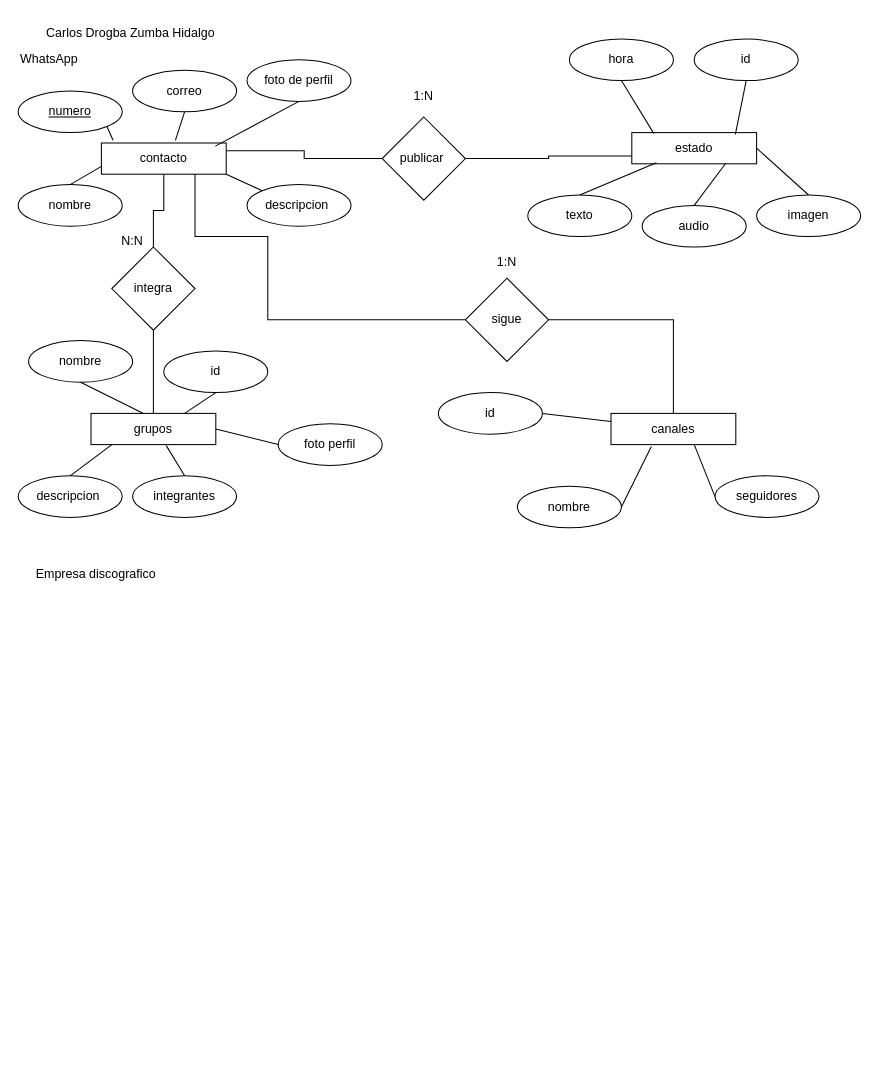
This is Ejerciciodeclase2.drawio from CarlosZumba16/Base-de-Datos-Unidad-1, a draw.io file, before an edit. Source tidied: cells renumbered, new cells numbered last; positions are measured from the earlier drawing's top-left corner, leaving out a move shared by most shapes. Both pictures are drawn from the tidied source at 104%, with x=0, y=0 at pixel (18, 18).
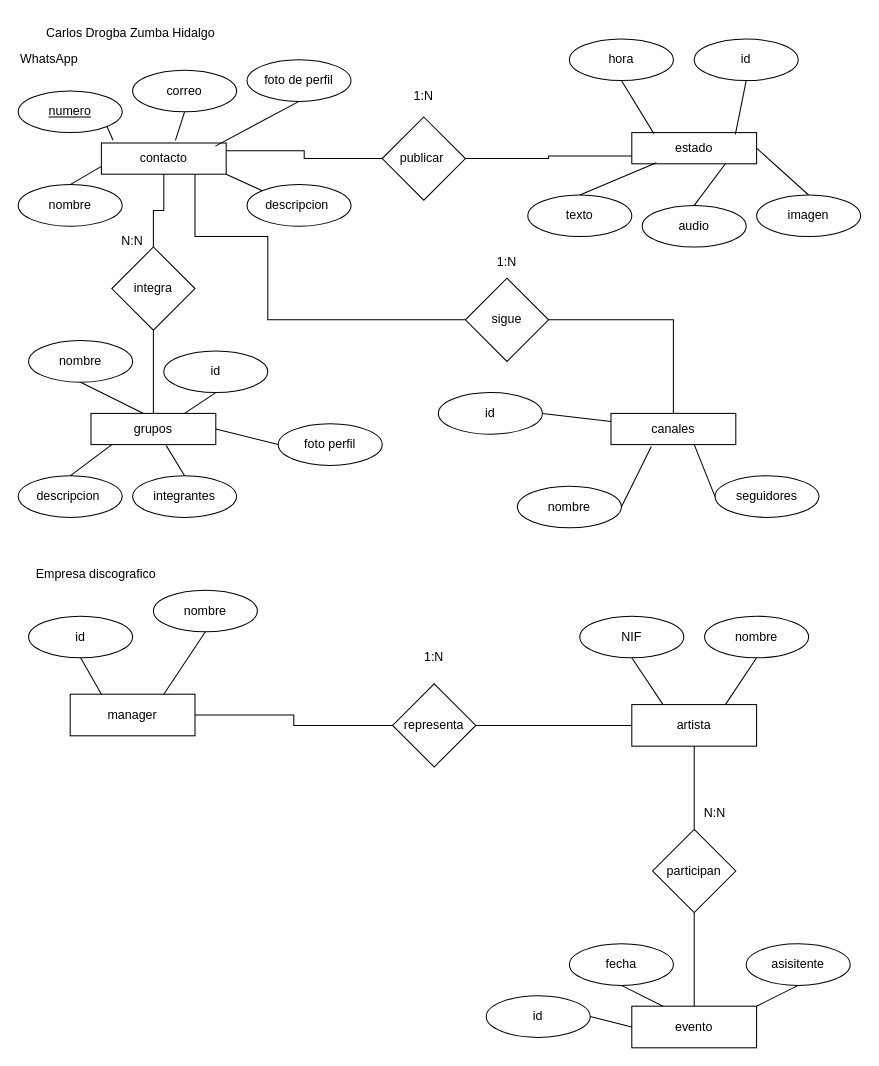
Above is the later version.

Change to the diagram source:
```diff
@@
+    <mxCell id="57" style="edgeStyle=orthogonalEdgeStyle;rounded=0;jettySize=auto;html=1;exitX=1;exitY=0.5;exitDx=0;exitDy=0;entryX=0;entryY=0.5;entryDx=0;entryDy=0;endArrow=none;endFill=0;" parent="1" edge="1" source="58" target="60">
+      <mxGeometry relative="1" as="geometry" />
+    </mxCell>
+    <mxCell id="58" value="manager" style="rounded=0;whiteSpace=wrap;html=1;" parent="1" vertex="1">
+      <mxGeometry x="50" y="650" width="120" height="40" as="geometry" />
+    </mxCell>
+    <mxCell id="59" style="edgeStyle=orthogonalEdgeStyle;rounded=0;jettySize=auto;html=1;exitX=1;exitY=0.5;exitDx=0;exitDy=0;entryX=0;entryY=0.5;entryDx=0;entryDy=0;endArrow=none;endFill=0;" parent="1" edge="1" source="60" target="61">
+      <mxGeometry relative="1" as="geometry" />
+    </mxCell>
+    <mxCell id="60" value="representa" style="rhombus;whiteSpace=wrap;html=1;" parent="1" vertex="1">
+      <mxGeometry x="360" y="640" width="80" height="80" as="geometry" />
+    </mxCell>
+    <mxCell id="61" value="artista" style="rounded=0;whiteSpace=wrap;html=1;" parent="1" vertex="1">
+      <mxGeometry x="590" y="660" width="120" height="40" as="geometry" />
+    </mxCell>
+    <mxCell id="62" style="edgeStyle=orthogonalEdgeStyle;rounded=0;jettySize=auto;html=1;exitX=0.5;exitY=0;exitDx=0;exitDy=0;entryX=0.5;entryY=1;entryDx=0;entryDy=0;endArrow=none;endFill=0;" parent="1" edge="1" source="64" target="61">
+      <mxGeometry relative="1" as="geometry" />
+    </mxCell>
+    <mxCell id="63" style="edgeStyle=orthogonalEdgeStyle;rounded=0;jettySize=auto;html=1;exitX=0.5;exitY=1;exitDx=0;exitDy=0;entryX=0.5;entryY=0;entryDx=0;entryDy=0;endArrow=none;endFill=0;" parent="1" edge="1" source="64" target="65">
+      <mxGeometry relative="1" as="geometry" />
+    </mxCell>
+    <mxCell id="64" value="participan" style="rhombus;whiteSpace=wrap;html=1;" parent="1" vertex="1">
+      <mxGeometry x="610" y="780" width="80" height="80" as="geometry" />
+    </mxCell>
+    <mxCell id="65" value="evento" style="rounded=0;whiteSpace=wrap;html=1;" parent="1" vertex="1">
+      <mxGeometry x="590" y="950" width="120" height="40" as="geometry" />
+    </mxCell>
+    <mxCell id="66" style="rounded=0;jettySize=auto;html=1;startArrow=none;endArrow=none;segment=10;sourcePerimeterSpacing=0;targetPerimeterSpacing=0;exitX=0.5;exitY=1;exitDx=0;exitDy=0;entryX=0.25;entryY=0;entryDx=0;entryDy=0;" parent="1" edge="1" source="67" target="58">
+      <mxGeometry relative="1" as="geometry" />
+    </mxCell>
+    <mxCell id="67" value="id" style="ellipse;whiteSpace=wrap;html=1;align=center;newEdgeStyle={&quot;edgeStyle&quot;:&quot;entityRelationEdgeStyle&quot;,&quot;startArrow&quot;:&quot;none&quot;,&quot;endArrow&quot;:&quot;none&quot;,&quot;segment&quot;:10,&quot;curved&quot;:1,&quot;sourcePerimeterSpacing&quot;:0,&quot;targetPerimeterSpacing&quot;:0};" parent="1" vertex="1">
+      <mxGeometry x="10" y="575" width="100" height="40" as="geometry" />
+    </mxCell>
+    <mxCell id="68" value="nombre" style="ellipse;whiteSpace=wrap;html=1;align=center;newEdgeStyle={&quot;edgeStyle&quot;:&quot;entityRelationEdgeStyle&quot;,&quot;startArrow&quot;:&quot;none&quot;,&quot;endArrow&quot;:&quot;none&quot;,&quot;segment&quot;:10,&quot;curved&quot;:1,&quot;sourcePerimeterSpacing&quot;:0,&quot;targetPerimeterSpacing&quot;:0};" parent="1" vertex="1">
+      <mxGeometry x="130" y="550" width="100" height="40" as="geometry" />
+    </mxCell>
+    <mxCell id="69" style="rounded=0;jettySize=auto;html=1;startArrow=none;endArrow=none;segment=10;sourcePerimeterSpacing=0;targetPerimeterSpacing=0;exitX=0.5;exitY=1;exitDx=0;exitDy=0;entryX=0.25;entryY=0;entryDx=0;entryDy=0;" parent="1" edge="1" source="70" target="61">
+      <mxGeometry relative="1" as="geometry" />
+    </mxCell>
+    <mxCell id="70" value="NIF" style="ellipse;whiteSpace=wrap;html=1;align=center;newEdgeStyle={&quot;edgeStyle&quot;:&quot;entityRelationEdgeStyle&quot;,&quot;startArrow&quot;:&quot;none&quot;,&quot;endArrow&quot;:&quot;none&quot;,&quot;segment&quot;:10,&quot;curved&quot;:1,&quot;sourcePerimeterSpacing&quot;:0,&quot;targetPerimeterSpacing&quot;:0};" parent="1" vertex="1">
+      <mxGeometry x="540" y="575" width="100" height="40" as="geometry" />
+    </mxCell>
+    <mxCell id="71" style="rounded=0;jettySize=auto;html=1;startArrow=none;endArrow=none;segment=10;sourcePerimeterSpacing=0;targetPerimeterSpacing=0;exitX=0.5;exitY=1;exitDx=0;exitDy=0;entryX=0.75;entryY=0;entryDx=0;entryDy=0;" parent="1" edge="1" source="72" target="61">
+      <mxGeometry relative="1" as="geometry" />
+    </mxCell>
+    <mxCell id="72" value="nombre" style="ellipse;whiteSpace=wrap;html=1;align=center;newEdgeStyle={&quot;edgeStyle&quot;:&quot;entityRelationEdgeStyle&quot;,&quot;startArrow&quot;:&quot;none&quot;,&quot;endArrow&quot;:&quot;none&quot;,&quot;segment&quot;:10,&quot;curved&quot;:1,&quot;sourcePerimeterSpacing&quot;:0,&quot;targetPerimeterSpacing&quot;:0};" parent="1" vertex="1">
+      <mxGeometry x="660" y="575" width="100" height="40" as="geometry" />
+    </mxCell>
+    <mxCell id="73" style="rounded=0;jettySize=auto;html=1;startArrow=none;endArrow=none;segment=10;sourcePerimeterSpacing=0;targetPerimeterSpacing=0;exitX=1;exitY=0.5;exitDx=0;exitDy=0;entryX=0;entryY=0.5;entryDx=0;entryDy=0;" parent="1" edge="1" source="74" target="65">
+      <mxGeometry relative="1" as="geometry" />
+    </mxCell>
+    <mxCell id="74" value="id" style="ellipse;whiteSpace=wrap;html=1;align=center;newEdgeStyle={&quot;edgeStyle&quot;:&quot;entityRelationEdgeStyle&quot;,&quot;startArrow&quot;:&quot;none&quot;,&quot;endArrow&quot;:&quot;none&quot;,&quot;segment&quot;:10,&quot;curved&quot;:1,&quot;sourcePerimeterSpacing&quot;:0,&quot;targetPerimeterSpacing&quot;:0};" parent="1" vertex="1">
+      <mxGeometry x="450" y="940" width="100" height="40" as="geometry" />
+    </mxCell>
+    <mxCell id="75" style="rounded=0;jettySize=auto;html=1;startArrow=none;endArrow=none;segment=10;sourcePerimeterSpacing=0;targetPerimeterSpacing=0;exitX=0.5;exitY=1;exitDx=0;exitDy=0;entryX=1;entryY=0;entryDx=0;entryDy=0;" parent="1" edge="1" source="76" target="65">
+      <mxGeometry relative="1" as="geometry" />
+    </mxCell>
+    <mxCell id="76" value="asisitente" style="ellipse;whiteSpace=wrap;html=1;align=center;newEdgeStyle={&quot;edgeStyle&quot;:&quot;entityRelationEdgeStyle&quot;,&quot;startArrow&quot;:&quot;none&quot;,&quot;endArrow&quot;:&quot;none&quot;,&quot;segment&quot;:10,&quot;curved&quot;:1,&quot;sourcePerimeterSpacing&quot;:0,&quot;targetPerimeterSpacing&quot;:0};" parent="1" vertex="1">
+      <mxGeometry x="700" y="890" width="100" height="40" as="geometry" />
+    </mxCell>
+    <mxCell id="77" style="rounded=0;jettySize=auto;html=1;startArrow=none;endArrow=none;segment=10;sourcePerimeterSpacing=0;targetPerimeterSpacing=0;exitX=0.5;exitY=1;exitDx=0;exitDy=0;entryX=0.25;entryY=0;entryDx=0;entryDy=0;" parent="1" edge="1" source="78" target="65">
+      <mxGeometry relative="1" as="geometry" />
+    </mxCell>
+    <mxCell id="78" value="fecha" style="ellipse;whiteSpace=wrap;html=1;align=center;newEdgeStyle={&quot;edgeStyle&quot;:&quot;entityRelationEdgeStyle&quot;,&quot;startArrow&quot;:&quot;none&quot;,&quot;endArrow&quot;:&quot;none&quot;,&quot;segment&quot;:10,&quot;curved&quot;:1,&quot;sourcePerimeterSpacing&quot;:0,&quot;targetPerimeterSpacing&quot;:0};" parent="1" vertex="1">
+      <mxGeometry x="530" y="890" width="100" height="40" as="geometry" />
+    </mxCell>
+    <mxCell id="79" value="1:N" style="text;html=1;whiteSpace=wrap;strokeColor=none;fillColor=none;align=center;verticalAlign=middle;rounded=0;" parent="1" vertex="1">
+      <mxGeometry x="370" y="600" width="60" height="30" as="geometry" />
+    </mxCell>
+    <mxCell id="80" value="N:N" style="text;html=1;whiteSpace=wrap;strokeColor=none;fillColor=none;align=center;verticalAlign=middle;rounded=0;" parent="1" vertex="1">
+      <mxGeometry x="640" y="750" width="60" height="30" as="geometry" />
+    </mxCell>
+    <mxCell id="81" style="rounded=0;jettySize=auto;html=1;startArrow=none;endArrow=none;segment=10;sourcePerimeterSpacing=0;targetPerimeterSpacing=0;exitX=0.5;exitY=1;exitDx=0;exitDy=0;entryX=0.75;entryY=0;entryDx=0;entryDy=0;" parent="1" edge="1" source="68" target="58">
+      <mxGeometry relative="1" as="geometry" />
+    </mxCell>
```
